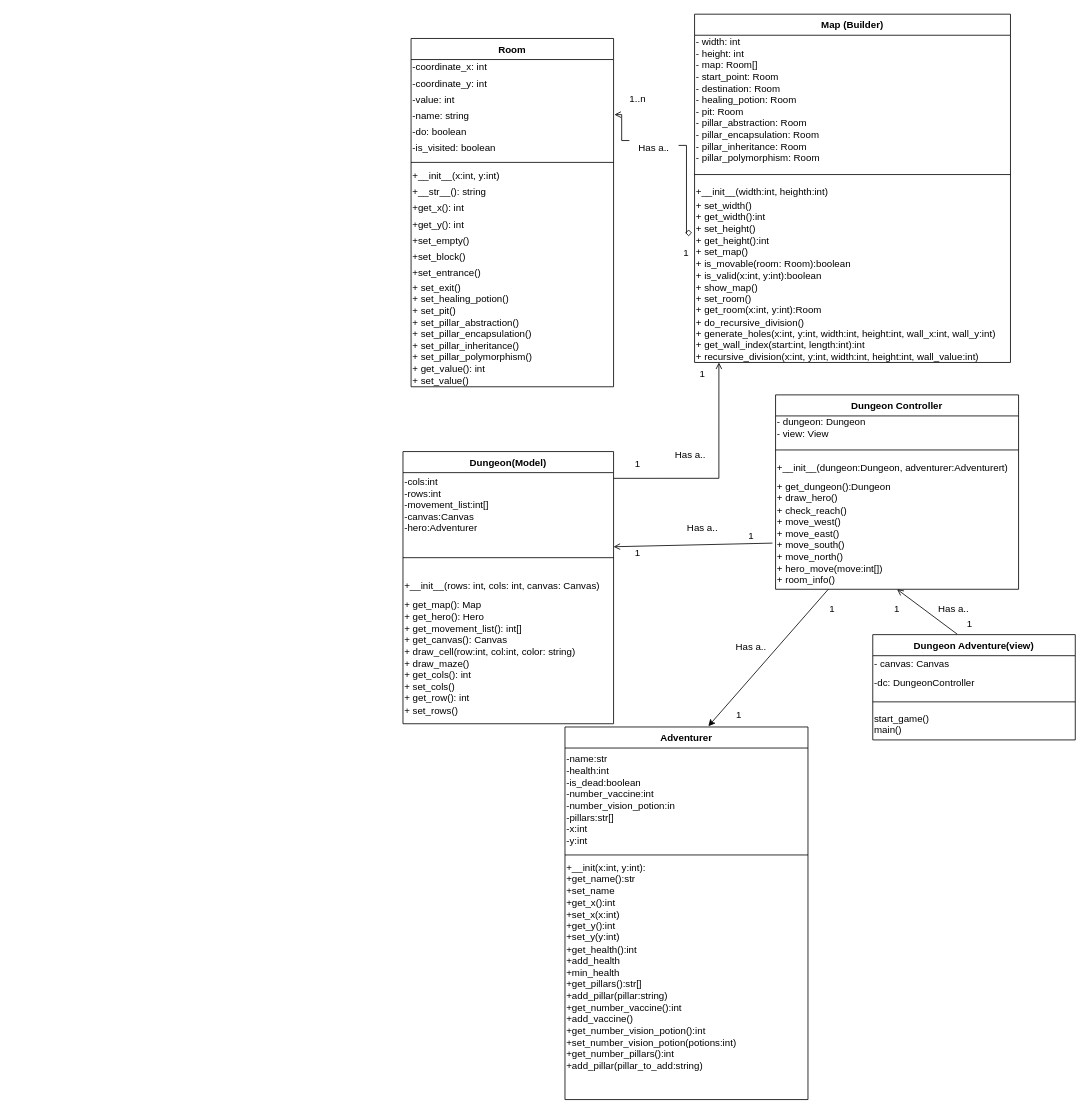
Before: wang_hung_weinberg_uml.drawio in michaelweinberg/assignment5, a draw.io diagram. Source tidied: cells renumbered, new cells numbered last; positions are measured from the earlier drawing's top-left corner, leaving out a move shared by most shapes. Both pictures are drawn from the tidied source at 81%, with x=0, y=0 at pixel (403, 14).
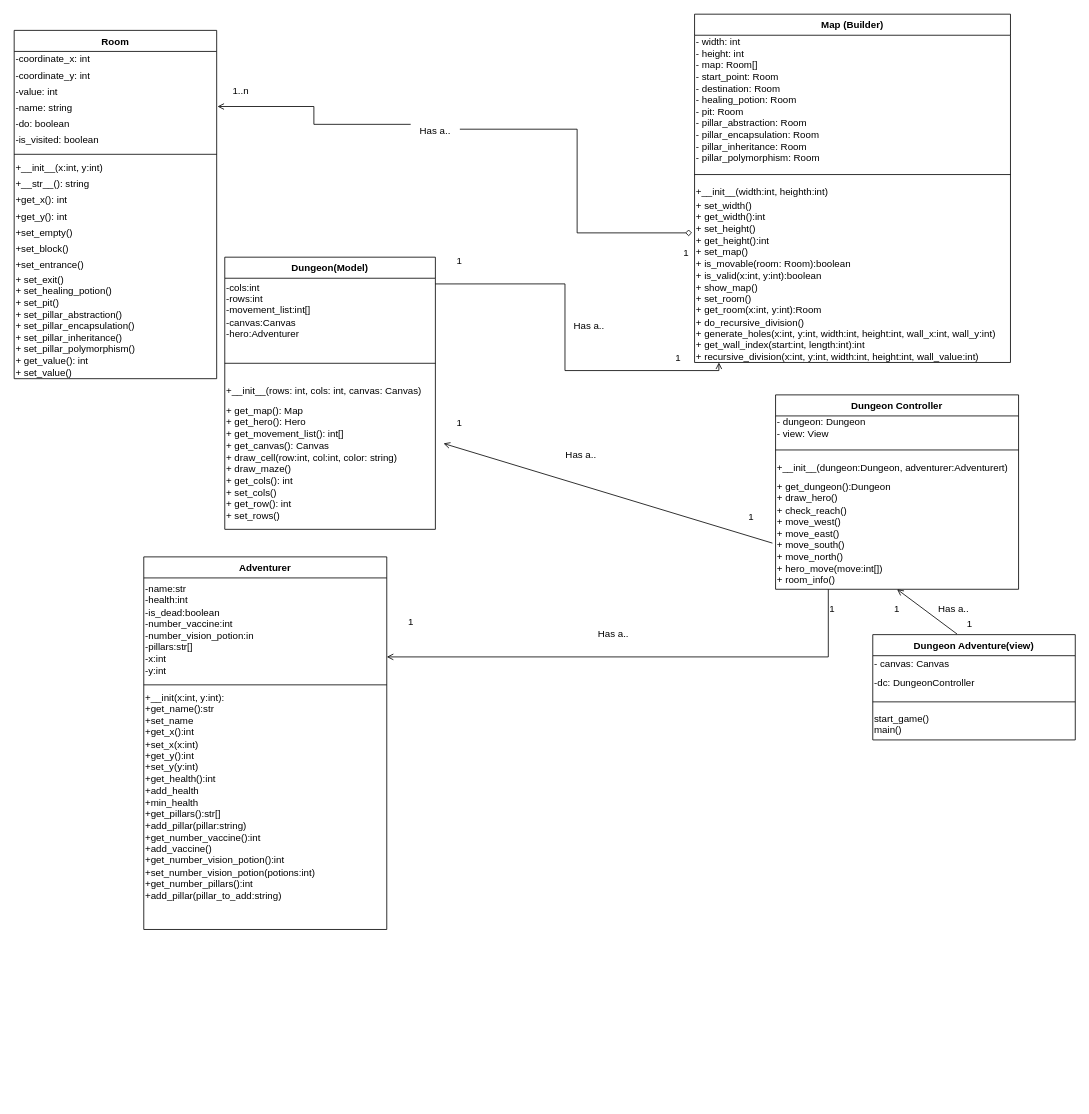
After the change.

Commit message (it also covers changes not shown here):
clean up uml

Unchanged cells that the change refers to:
```xml
<mxCell id="38" value="+ get_dungeon():Dungeon&lt;br&gt;+ draw_hero()&lt;br&gt;+ check_reach()&lt;br&gt;+ move_west()&lt;br&gt;+ move_east()&lt;br&gt;+ move_south()&lt;br&gt;+ move_north()&lt;br&gt;+ hero_move(move:int[])&lt;br&gt;+ room_info()" style="text;whiteSpace=wrap;html=1;" parent="34" vertex="1">
  <mxGeometry y="100" width="300" height="140" as="geometry" />
</mxCell>
<mxCell id="42" value="-name:str&#10;-health:int&#10;-is_dead:boolean&#10;-number_vaccine:int&#10;-number_vision_potion:in&#10;-pillars:str[]&#10;-x:int&#10;-y:int" style="text;whiteSpace=wrap;html=1;" parent="41" vertex="1">
  <mxGeometry y="26" width="300" height="130" as="geometry" />
</mxCell>
```

What changed in the source:
```diff
@@
     <mxCell id="2" value="Room" style="swimlane;fontStyle=1;align=center;verticalAlign=top;horizontal=1;startSize=26;" parent="1" vertex="1">
-      <mxGeometry x="10" y="30" width="250" height="430" as="geometry" />
+      <mxGeometry x="-480" y="20" width="250" height="430" as="geometry" />
     </mxCell>
@@
     <mxCell id="28" value="Dungeon(Model)" style="swimlane;fontStyle=1;align=center;verticalAlign=top;horizontal=1;startSize=26;" parent="1" vertex="1">
-      <mxGeometry y="540" width="260" height="336" as="geometry" />
+      <mxGeometry x="-220" y="300" width="260" height="336" as="geometry" />
     </mxCell>
@@
-    <mxCell id="39" style="endArrow=open;html=1;rounded=0;exitX=-0.013;exitY=0.593;exitDx=0;exitDy=0;exitPerimeter=0;entryX=0;entryY=0.25;entryDx=0;entryDy=0;endFill=0;" parent="1" edge="1" source="38" target="55">
-      <mxGeometry relative="1" as="geometry" />
+    <mxCell id="39" style="endArrow=open;html=1;rounded=0;exitX=-0.013;exitY=0.593;exitDx=0;exitDy=0;exitPerimeter=0;endFill=0;" parent="1" edge="1" source="38">
+      <mxGeometry relative="1" as="geometry">
+        <mxPoint x="50" y="530" as="targetPoint" />
+      </mxGeometry>
     </mxCell>
@@
     <mxCell id="41" value="Adventurer" style="swimlane;fontStyle=1;align=center;verticalAlign=top;horizontal=1;startSize=26;" parent="1" vertex="1">
-      <mxGeometry x="200" y="880" width="300" height="460" as="geometry" />
+      <mxGeometry x="-320" y="670" width="300" height="460" as="geometry" />
     </mxCell>
@@
-    <mxCell id="46" style="endArrow=classic;html=1;rounded=0;entryX=0.59;entryY=-0.002;entryDx=0;entryDy=0;entryPerimeter=0;exitX=0.217;exitY=1;exitDx=0;exitDy=0;exitPerimeter=0;" parent="1" edge="1" source="38" target="41">
+    <mxCell id="46" style="endArrow=open;html=1;rounded=0;exitX=0.217;exitY=1;exitDx=0;exitDy=0;exitPerimeter=0;endFill=0;edgeStyle=orthogonalEdgeStyle;entryX=1;entryY=0.75;entryDx=0;entryDy=0;" parent="1" edge="1" source="38" target="42">
       <mxGeometry relative="1" as="geometry" />
     </mxCell>
     <mxCell id="47" value="1..n" style="text;html=1;strokeColor=none;fillColor=none;align=center;verticalAlign=middle;whiteSpace=wrap;rounded=0;" parent="1" vertex="1">
-      <mxGeometry x="260" y="90" width="60" height="30" as="geometry" />
+      <mxGeometry x="-230" y="80" width="60" height="30" as="geometry" />
     </mxCell>
     <mxCell id="48" value="Has a.." style="text;html=1;strokeColor=none;fillColor=none;align=center;verticalAlign=middle;whiteSpace=wrap;rounded=0;" parent="1" vertex="1">
-      <mxGeometry x="280" y="150" width="60" height="30" as="geometry" />
+      <mxGeometry x="10" y="130" width="60" height="30" as="geometry" />
     </mxCell>
@@
     <mxCell id="51" value="Has a.." style="text;html=1;strokeColor=none;fillColor=none;align=center;verticalAlign=middle;whiteSpace=wrap;rounded=0;" parent="1" vertex="1">
-      <mxGeometry x="325" y="530" width="60" height="30" as="geometry" />
+      <mxGeometry x="200" y="370" width="60" height="30" as="geometry" />
     </mxCell>
     <mxCell id="52" value="1" style="text;html=1;strokeColor=none;fillColor=none;align=center;verticalAlign=middle;whiteSpace=wrap;rounded=0;" parent="1" vertex="1">
-      <mxGeometry x="340" y="430" width="60" height="30" as="geometry" />
+      <mxGeometry x="310" y="410" width="60" height="30" as="geometry" />
     </mxCell>
     <mxCell id="53" value="1" style="text;html=1;strokeColor=none;fillColor=none;align=center;verticalAlign=middle;whiteSpace=wrap;rounded=0;" parent="1" vertex="1">
-      <mxGeometry x="260" y="540" width="60" height="30" as="geometry" />
+      <mxGeometry x="40" y="290" width="60" height="30" as="geometry" />
     </mxCell>
     <mxCell id="54" value="1" style="text;html=1;strokeColor=none;fillColor=none;align=center;verticalAlign=middle;whiteSpace=wrap;rounded=0;" parent="1" vertex="1">
-      <mxGeometry x="400" y="630" width="60" height="30" as="geometry" />
+      <mxGeometry x="400" y="606" width="60" height="30" as="geometry" />
     </mxCell>
     <mxCell id="55" value="1" style="text;html=1;strokeColor=none;fillColor=none;align=center;verticalAlign=middle;whiteSpace=wrap;rounded=0;" parent="1" vertex="1">
-      <mxGeometry x="260" y="650" width="60" height="30" as="geometry" />
+      <mxGeometry x="40" y="490" width="60" height="30" as="geometry" />
     </mxCell>
@@
     <mxCell id="57" value="1" style="text;html=1;strokeColor=none;fillColor=none;align=center;verticalAlign=middle;whiteSpace=wrap;rounded=0;" parent="1" vertex="1">
-      <mxGeometry x="385" y="850" width="60" height="30" as="geometry" />
+      <mxGeometry x="-20" y="736" width="60" height="30" as="geometry" />
     </mxCell>
     <mxCell id="58" value="Has a.." style="text;html=1;strokeColor=none;fillColor=none;align=center;verticalAlign=middle;whiteSpace=wrap;rounded=0;" parent="1" vertex="1">
-      <mxGeometry x="340" y="620" width="60" height="30" as="geometry" />
+      <mxGeometry x="190" y="530" width="60" height="30" as="geometry" />
     </mxCell>
     <mxCell id="59" value="Has a.." style="text;html=1;strokeColor=none;fillColor=none;align=center;verticalAlign=middle;whiteSpace=wrap;rounded=0;" parent="1" vertex="1">
-      <mxGeometry x="400" y="766" width="60" height="30" as="geometry" />
+      <mxGeometry x="230" y="750" width="60" height="30" as="geometry" />
     </mxCell>
```
